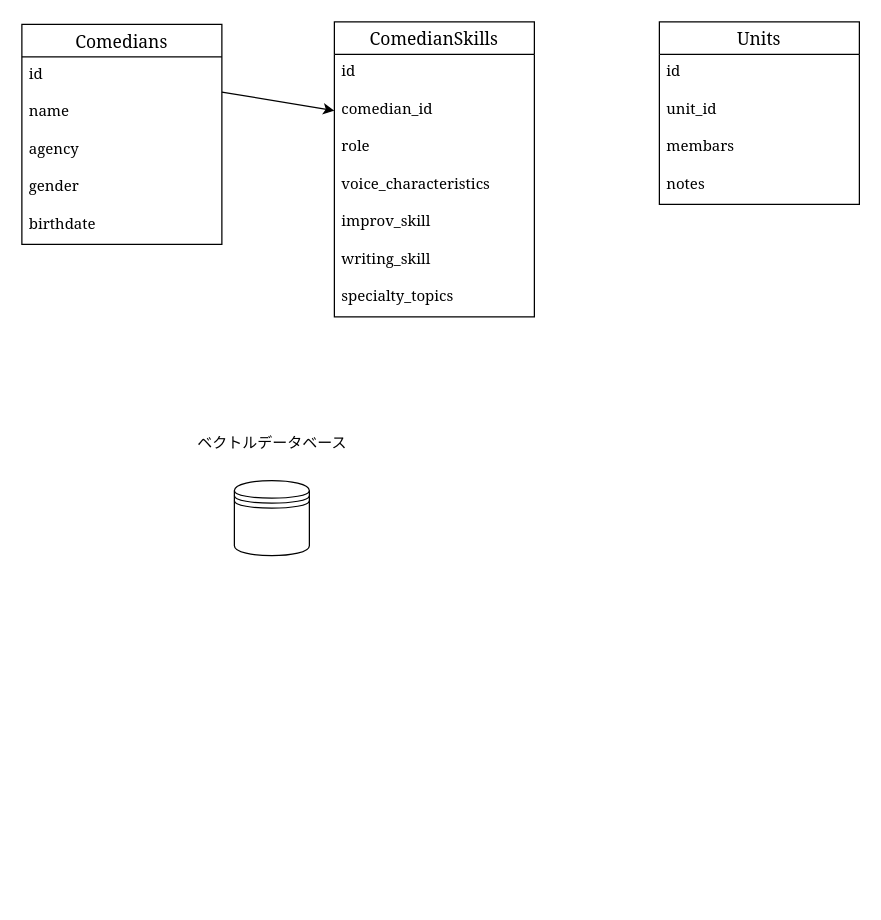
Above: firebase/ER.drawio in VoiceCast/AI-hackathon-backend (draw.io), before the change. Source tidied: cells renumbered, new cells numbered last; positions are measured from the earlier drawing's top-left corner, leaving out a move shared by most shapes. Both pictures are drawn from the tidied source at 125%, with x=0, y=0 at pixel (21, 21).
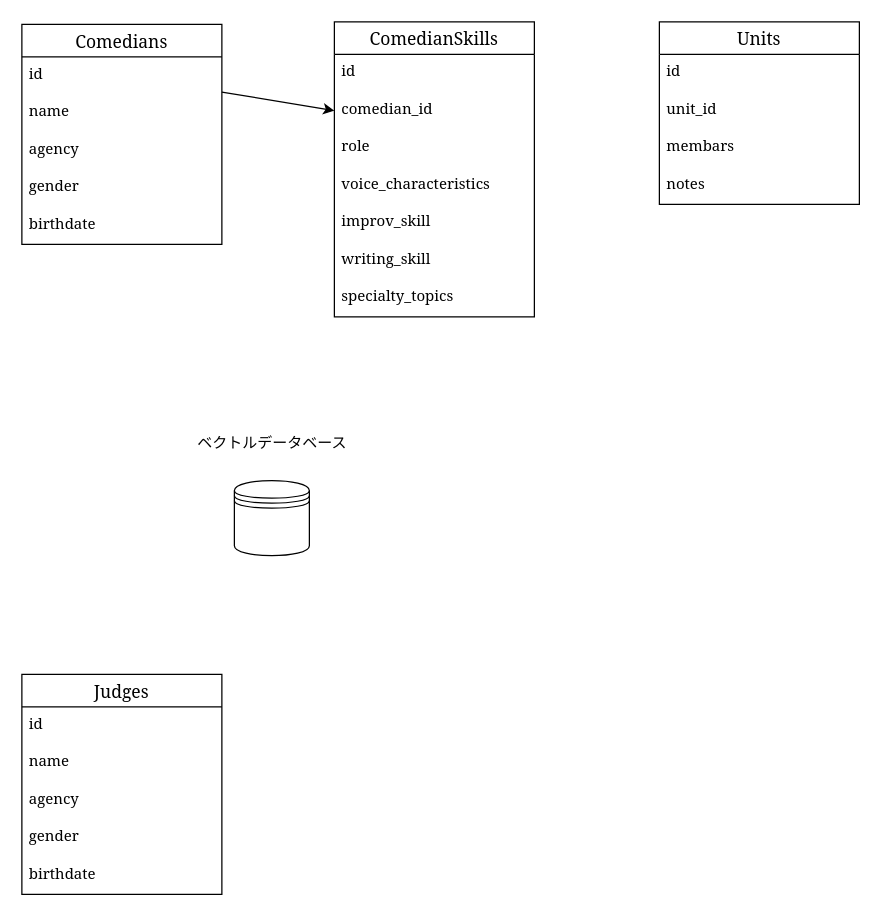
After the change.

Commit message (it also covers changes not shown here):
審査員側のER図作成

The edit, as a diff of the source:
```diff
@@
+    <mxCell id="24" value="Judges" style="swimlane;fontStyle=0;horizontal=1;startSize=26;align=center;fontSize=14;fontFamily=Georgia;" parent="1" vertex="1">
+      <mxGeometry y="522" width="160" height="176" as="geometry" />
+    </mxCell>
+    <mxCell id="25" value="id" style="text;strokeColor=none;fillColor=none;spacingLeft=4;spacingRight=4;overflow=hidden;fontSize=12;fontFamily=Georgia;" parent="24" vertex="1">
+      <mxGeometry y="26" width="160" height="30" as="geometry" />
+    </mxCell>
+    <mxCell id="26" value="name" style="text;strokeColor=none;fillColor=none;spacingLeft=4;spacingRight=4;overflow=hidden;fontSize=12;fontFamily=Georgia;" parent="24" vertex="1">
+      <mxGeometry y="56" width="160" height="30" as="geometry" />
+    </mxCell>
+    <mxCell id="27" value="agency" style="text;strokeColor=none;fillColor=none;spacingLeft=4;spacingRight=4;overflow=hidden;fontSize=12;fontFamily=Georgia;" parent="24" vertex="1">
+      <mxGeometry y="86" width="160" height="30" as="geometry" />
+    </mxCell>
+    <mxCell id="28" value="gender" style="text;strokeColor=none;fillColor=none;spacingLeft=4;spacingRight=4;overflow=hidden;fontSize=12;fontFamily=Georgia;" parent="24" vertex="1">
+      <mxGeometry y="116" width="160" height="30" as="geometry" />
+    </mxCell>
+    <mxCell id="29" value="birthdate" style="text;strokeColor=none;fillColor=none;spacingLeft=4;spacingRight=4;overflow=hidden;fontSize=12;fontFamily=Georgia;" parent="24" vertex="1">
+      <mxGeometry y="146" width="160" height="30" as="geometry" />
+    </mxCell>
```
